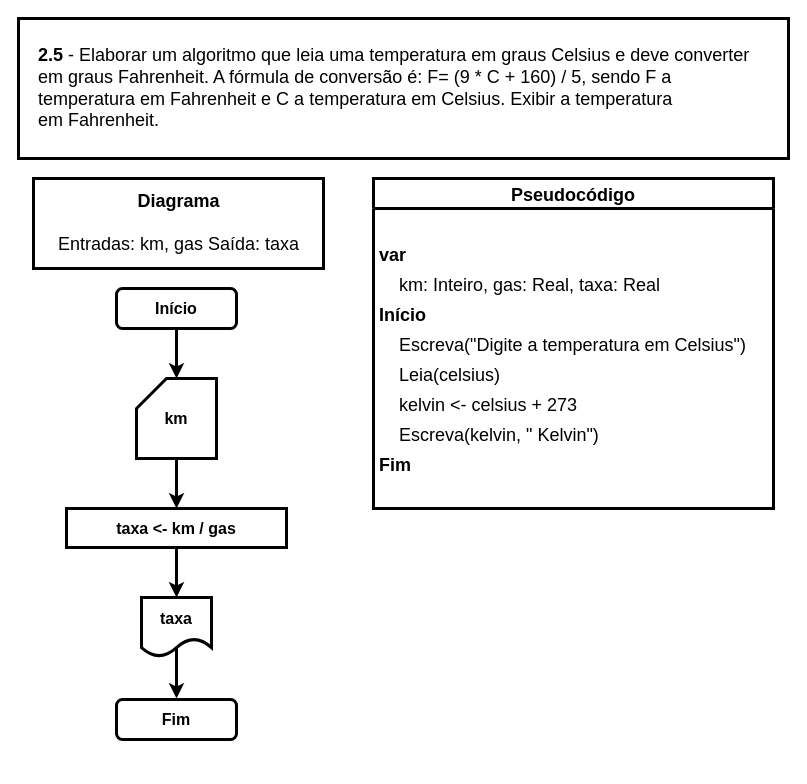
iSamekh/draw.io keeps this draw.io diagram as page "Ex. 2.5" (9 of 14) of exercicios.drawio. Above is the earlier version. Source tidied: cells renumbered, new cells numbered last; positions are measured from the earlier drawing's top-left corner, leaving out a move shared by most shapes. Both pictures are drawn from the tidied source at 100%, with x=0, y=0 at pixel (18, 18).
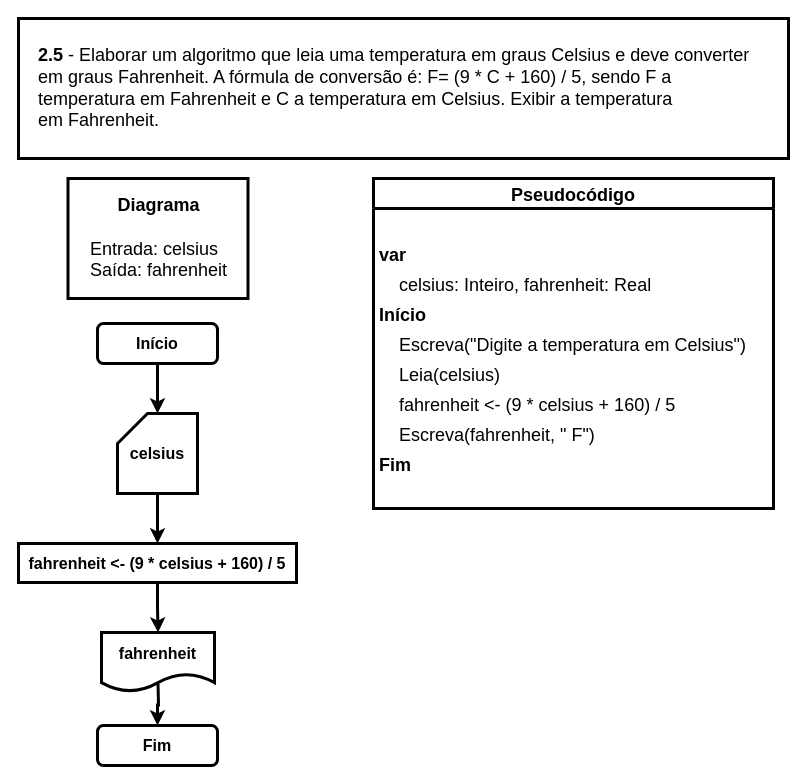
The same page after the edit.

The change refers to these unchanged cells:
```xml
<mxCell id="11" value="Pseudocódigo" style="swimlane;fontStyle=1;horizontal=1;startSize=30;rounded=0;shadow=0;labelBackgroundColor=#FFFFFF;labelBorderColor=none;sketch=0;fillStyle=auto;strokeColor=default;strokeWidth=3;fillColor=default;swimlaneLine=1;glass=0;arcSize=20;fontSize=18;spacing=10;" parent="1" vertex="1">
  <mxGeometry x="355" y="160" width="400" height="330" as="geometry" />
</mxCell>
```

Diff of the diagram source:
```diff
@@
     <mxCell id="3" value="Início" style="rounded=1;whiteSpace=wrap;html=1;fontSize=16;glass=0;strokeWidth=3;shadow=0;fontStyle=1;" parent="1" vertex="1">
-      <mxGeometry x="98" y="270" width="120" height="40" as="geometry" />
+      <mxGeometry x="79" y="305" width="120" height="40" as="geometry" />
     </mxCell>
     <mxCell id="4" value="Fim" style="rounded=1;whiteSpace=wrap;html=1;fontSize=16;glass=0;strokeWidth=3;shadow=0;fontStyle=1;" parent="1" vertex="1">
-      <mxGeometry x="98" y="681" width="120" height="40" as="geometry" />
+      <mxGeometry x="79" y="707" width="120" height="40" as="geometry" />
     </mxCell>
-    <mxCell id="5" style="edgeStyle=orthogonalEdgeStyle;rounded=0;orthogonalLoop=1;jettySize=auto;html=1;fontSize=16;fontColor=#0F0F0F;strokeWidth=3;" parent="1" edge="1">
-      <mxGeometry relative="1" as="geometry">
-        <mxPoint x="158" y="630" as="sourcePoint" />
-        <mxPoint x="158" y="680" as="targetPoint" />
-      </mxGeometry>
-    </mxCell>
+    <mxCell id="24" style="edgeStyle=orthogonalEdgeStyle;rounded=0;jettySize=auto;html=1;strokeWidth=3;fontSize=16;" parent="1" edge="1" target="4">
+      <mxGeometry relative="1" as="geometry">
+        <mxPoint x="139.5" y="665" as="sourcePoint" />
+      </mxGeometry>
+    </mxCell>
-    <mxCell id="6" value="taxa" style="shape=document;whiteSpace=wrap;html=1;boundedLbl=1;fontStyle=1;fontSize=16;strokeWidth=3;" parent="1" vertex="1">
-      <mxGeometry x="123" y="579" width="70" height="59" as="geometry" />
+    <mxCell id="6" value="fahrenheit" style="shape=document;whiteSpace=wrap;html=1;boundedLbl=1;fontStyle=1;fontSize=16;strokeWidth=3;" parent="1" vertex="1">
+      <mxGeometry x="83" y="614" width="113" height="59" as="geometry" />
     </mxCell>
@@
-    <mxCell id="8" value="km" style="shape=card;whiteSpace=wrap;html=1;fontStyle=1;fontSize=16;strokeWidth=3;" parent="1" vertex="1">
-      <mxGeometry x="118" y="360" width="80" height="80" as="geometry" />
+    <mxCell id="8" value="celsius" style="shape=card;whiteSpace=wrap;html=1;fontStyle=1;fontSize=16;strokeWidth=3;" parent="1" vertex="1">
+      <mxGeometry x="99" y="395" width="80" height="80" as="geometry" />
     </mxCell>
@@
-    <mxCell id="10" value="taxa &amp;lt;- km / gas" style="rounded=0;whiteSpace=wrap;html=1;fontStyle=1;fontSize=16;strokeWidth=3;" parent="1" vertex="1">
-      <mxGeometry x="48" y="490" width="220" height="39" as="geometry" />
+    <mxCell id="10" value="fahrenheit &amp;lt;- (9 * celsius + 160) / 5" style="rounded=0;whiteSpace=wrap;html=1;fontStyle=1;fontSize=16;strokeWidth=3;" parent="1" vertex="1">
+      <mxGeometry y="525" width="278" height="39" as="geometry" />
     </mxCell>
@@
-    <mxCell id="14" value="    km: Inteiro, gas: Real, taxa: Real" style="text;strokeColor=none;fillColor=none;align=left;verticalAlign=middle;spacingLeft=4;spacingRight=4;overflow=hidden;rounded=1;shadow=0;labelBackgroundColor=none;labelBorderColor=none;sketch=1;fillStyle=auto;strokeWidth=3;fontSize=18;" parent="11" vertex="1">
+    <mxCell id="14" value="    celsius: Inteiro, fahrenheit: Real" style="text;strokeColor=none;fillColor=none;align=left;verticalAlign=middle;spacingLeft=4;spacingRight=4;overflow=hidden;rounded=1;shadow=0;labelBackgroundColor=none;labelBorderColor=none;sketch=1;fillStyle=auto;strokeWidth=3;fontSize=18;" parent="11" vertex="1">
       <mxGeometry y="90" width="400" height="30" as="geometry" />
     </mxCell>
@@
-    <mxCell id="18" value="    kelvin &lt;- celsius + 273" style="text;strokeColor=none;fillColor=none;align=left;verticalAlign=middle;spacingLeft=4;spacingRight=4;overflow=hidden;rounded=1;shadow=0;labelBackgroundColor=none;labelBorderColor=none;sketch=1;fillStyle=auto;strokeWidth=3;fontStyle=0;fontSize=18;" parent="11" vertex="1">
+    <mxCell id="18" value="    fahrenheit &lt;- (9 * celsius + 160) / 5" style="text;strokeColor=none;fillColor=none;align=left;verticalAlign=middle;spacingLeft=4;spacingRight=4;overflow=hidden;rounded=1;shadow=0;labelBackgroundColor=none;labelBorderColor=none;sketch=1;fillStyle=auto;strokeWidth=3;fontStyle=0;fontSize=18;" parent="11" vertex="1">
       <mxGeometry y="210" width="400" height="30" as="geometry" />
     </mxCell>
-    <mxCell id="19" value="     Escreva(kelvin, &quot; Kelvin&quot;)" style="text;strokeColor=none;fillColor=none;align=left;verticalAlign=middle;spacingLeft=4;spacingRight=4;overflow=hidden;rounded=1;shadow=0;labelBackgroundColor=none;labelBorderColor=none;sketch=1;fillStyle=auto;strokeWidth=3;fontStyle=0;fontSize=18;" parent="11" vertex="1">
+    <mxCell id="19" value="     Escreva(fahrenheit, &quot; F&quot;)" style="text;strokeColor=none;fillColor=none;align=left;verticalAlign=middle;spacingLeft=4;spacingRight=4;overflow=hidden;rounded=1;shadow=0;labelBackgroundColor=none;labelBorderColor=none;sketch=1;fillStyle=auto;strokeWidth=3;fontStyle=0;fontSize=18;" parent="11" vertex="1">
       <mxGeometry y="240" width="400" height="30" as="geometry" />
     </mxCell>
@@
-    <mxCell id="22" value="&lt;font style=&quot;font-size: 18px;&quot;&gt;&lt;b style=&quot;font-size: 18px;&quot;&gt;Diagrama&lt;br&gt;&lt;/b&gt;&lt;br style=&quot;font-size: 18px;&quot;&gt;&lt;div style=&quot;text-align: left; font-size: 18px;&quot;&gt;&lt;span style=&quot;font-size: 18px;&quot;&gt;&lt;font style=&quot;font-size: 18px;&quot;&gt;Entradas: km, gas&lt;span style=&quot;white-space: pre;&quot;&gt; &lt;/span&gt;&lt;/font&gt;&lt;/span&gt;Saída: taxa&lt;/div&gt;&lt;/font&gt;" style="text;html=1;align=center;verticalAlign=middle;fillColor=default;strokeColor=default;rounded=0;shadow=0;glass=0;labelBackgroundColor=#FFFFFF;labelBorderColor=none;sketch=0;fillStyle=auto;strokeWidth=3;fontSize=18;spacing=10;" parent="1" vertex="1">
-      <mxGeometry x="15" y="160" width="290" height="90" as="geometry" />
+    <mxCell id="22" value="&lt;font style=&quot;font-size: 18px;&quot;&gt;&lt;b style=&quot;font-size: 18px;&quot;&gt;Diagrama&lt;br&gt;&lt;/b&gt;&lt;br style=&quot;font-size: 18px;&quot;&gt;&lt;div style=&quot;text-align: left; font-size: 18px;&quot;&gt;&lt;span style=&quot;font-size: 18px;&quot;&gt;&lt;font style=&quot;font-size: 18px;&quot;&gt;Entrada: celsius&lt;/font&gt;&lt;/span&gt;&lt;/div&gt;&lt;div style=&quot;text-align: left; font-size: 18px;&quot;&gt;Saída: fahrenheit&lt;/div&gt;&lt;/font&gt;" style="text;html=1;align=center;verticalAlign=middle;fillColor=default;strokeColor=default;rounded=0;shadow=0;glass=0;labelBackgroundColor=#FFFFFF;labelBorderColor=none;sketch=0;fillStyle=auto;strokeWidth=3;fontSize=18;spacing=10;" parent="1" vertex="1">
+      <mxGeometry x="49.5" y="160" width="180" height="120" as="geometry" />
     </mxCell>
```
